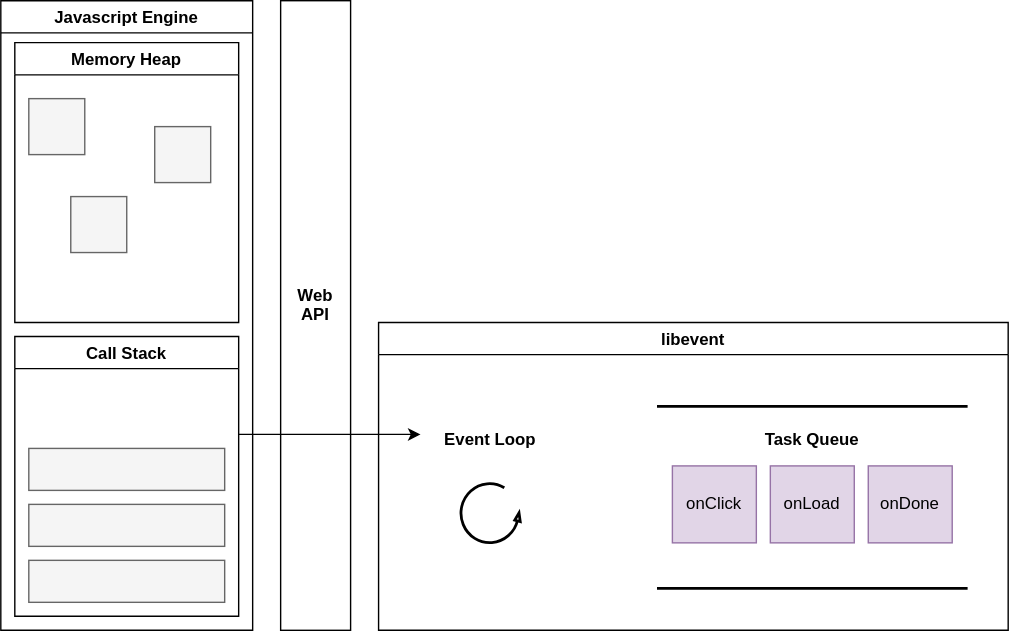
Earlier version of the draw.io export 08/yongki/assets/browser.drawio.svg (cs-study-org/cs-study). Source tidied: cells renumbered, new cells last; positions are measured from the earlier drawing's top-left corner, leaving out a move shared by most shapes.
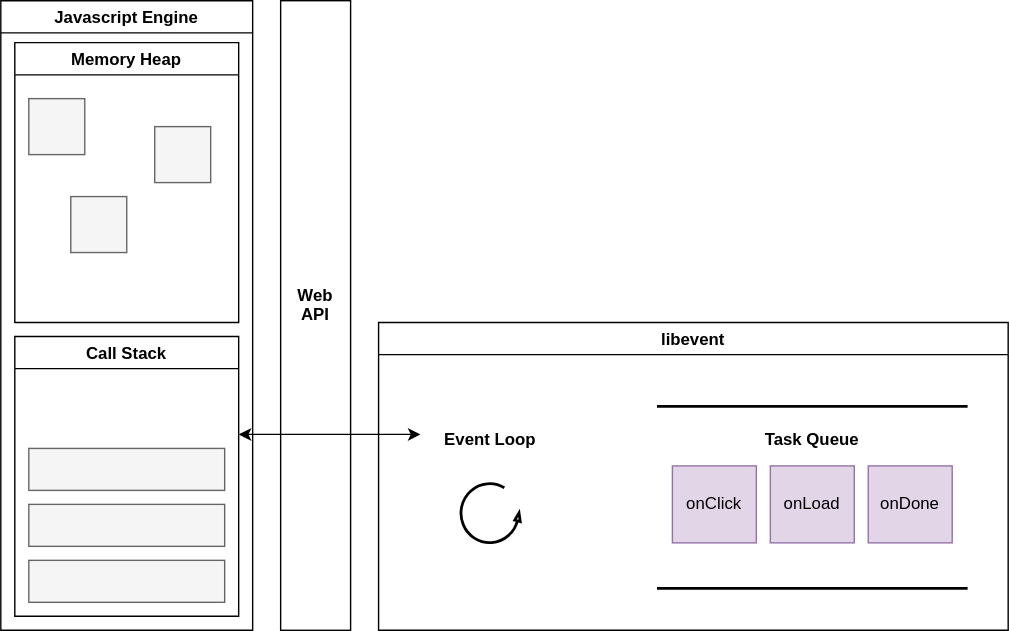
Later version of the same file.

The edit, as a diff of the source:
```diff
@@ -56,7 +56,7 @@
     <mxCell id="19" value="&lt;h1&gt;&lt;span style=&quot;font-size: 12px&quot;&gt;Event Loop&lt;/span&gt;&lt;/h1&gt;" style="text;html=1;strokeColor=none;fillColor=none;spacing=5;spacingTop=-20;whiteSpace=wrap;overflow=hidden;rounded=0;align=center;" parent="12" vertex="1">
       <mxGeometry x="30" y="60" width="100" height="40" as="geometry" />
     </mxCell>
-    <mxCell id="20" style="edgeStyle=none;html=1;entryX=0;entryY=0.5;entryDx=0;entryDy=0;" parent="1" edge="1" target="19">
+    <mxCell id="20" style="edgeStyle=none;html=1;entryX=0;entryY=0.5;entryDx=0;entryDy=0;startArrow=classic;startFill=1;" parent="1" edge="1" target="19">
       <mxGeometry relative="1" as="geometry">
         <mxPoint x="170" y="310" as="sourcePoint" />
       </mxGeometry>
```
